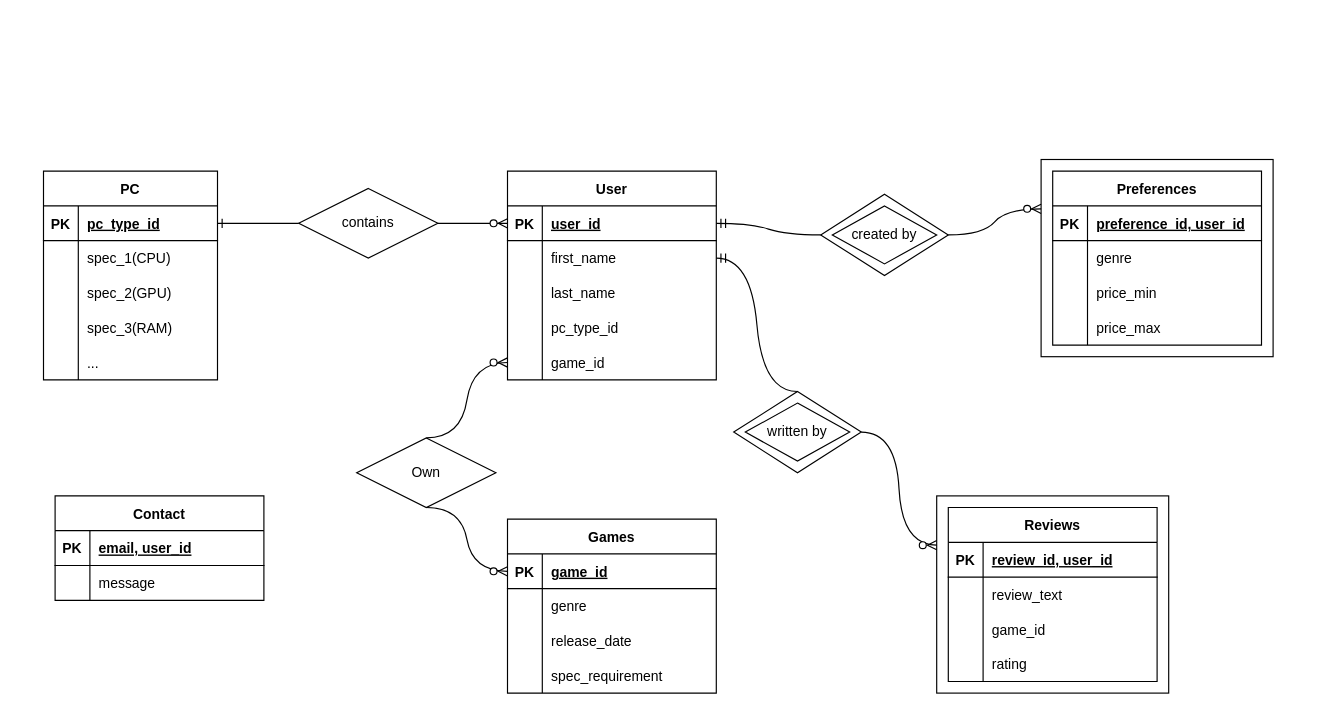
cs411-alawini/sp23-cs411-team057-NYRN keeps this draw.io diagram as stage2_ER_diagram.drawio. Above is the earlier version. Source tidied: cells renumbered, new cells numbered last; positions are measured from the earlier drawing's top-left corner, leaving out a move shared by most shapes. Both pictures are drawn from the tidied source at 116%, with x=0, y=0 at pixel (43, 159).
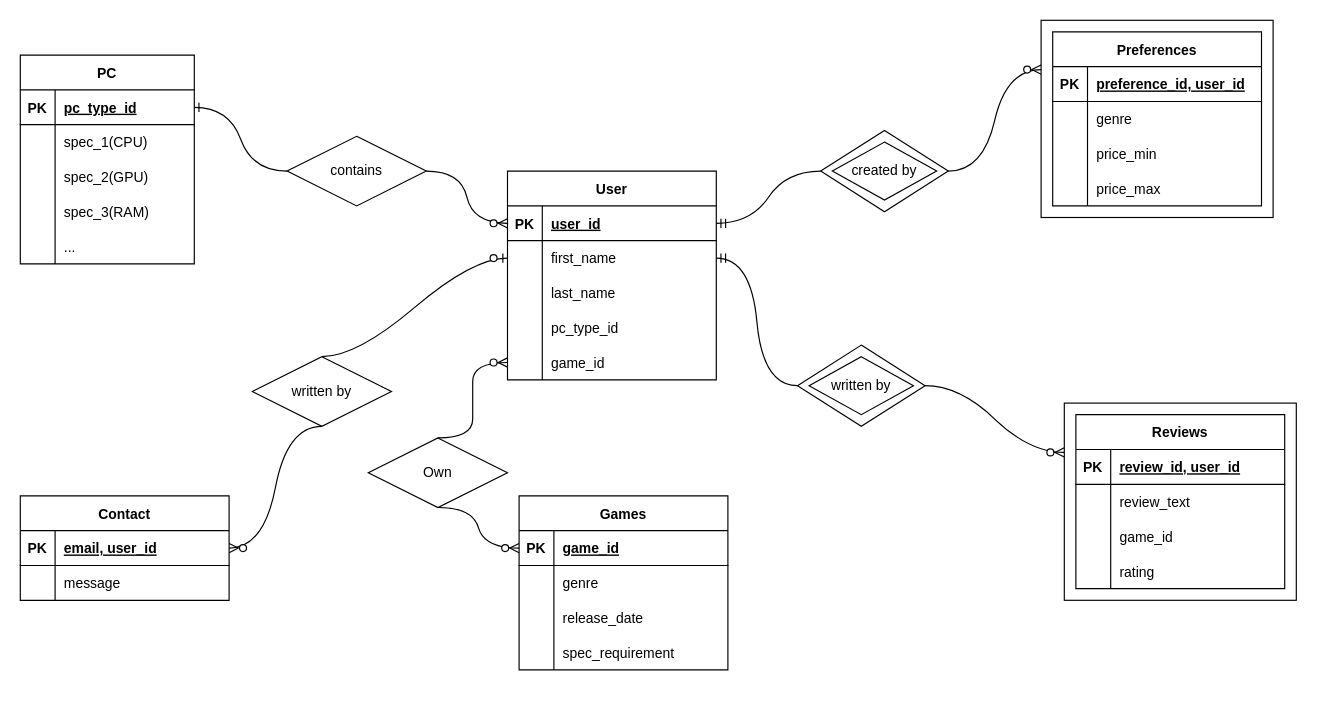
The same diagram, later.

Commit message:
draft for ER diagram v1.drawio

Unchanged cells that the change refers to:
```xml
<mxCell id="22" style="shape=tableRow;horizontal=0;startSize=0;swimlaneHead=0;swimlaneBody=0;fillColor=none;points=[[0,0.5],[1,0.5]];portConstraint=eastwest;top=0;left=0;right=0;bottom=0;" parent="18" vertex="1">
  <mxGeometry y="60" width="180" height="30" as="geometry" />
</mxCell>
<mxCell id="48" style="shape=tableRow;horizontal=0;startSize=0;swimlaneHead=0;swimlaneBody=0;fillColor=none;points=[[0,0.5],[1,0.5]];portConstraint=eastwest;top=0;left=0;right=0;bottom=1;" parent="47" vertex="1">
  <mxGeometry y="30" width="180" height="30" as="geometry" />
</mxCell>
```

The edit, as a diff of the source:
```diff
@@
     <mxCell id="2" value="PC" style="shape=table;startSize=30;childLayout=tableLayout;rowLines=0;fontStyle=1;align=center;" parent="1" vertex="1">
-      <mxGeometry y="10" width="150" height="180" as="geometry" />
+      <mxGeometry x="-20" y="-90" width="150" height="180" as="geometry" />
     </mxCell>
@@
     <mxCell id="34" value="Games" style="shape=table;startSize=30;childLayout=tableLayout;rowLines=0;fontStyle=1;align=center;" parent="1" vertex="1">
-      <mxGeometry x="400" y="310" width="180" height="150" as="geometry" />
+      <mxGeometry x="410" y="290" width="180" height="150" as="geometry" />
     </mxCell>
@@
     <mxCell id="47" value="Contact" style="shape=table;startSize=30;childLayout=tableLayout;rowLines=0;fontStyle=1;align=center;" parent="1" vertex="1">
-      <mxGeometry x="10" y="290" width="180" height="90" as="geometry" />
+      <mxGeometry x="-20" y="290" width="180" height="90" as="geometry" />
     </mxCell>
@@
     <mxCell id="54" value="Preferences" style="shape=table;startSize=30;childLayout=tableLayout;rowLines=0;fontStyle=1;align=center;" parent="1" vertex="1">
-      <mxGeometry x="870" y="10" width="180" height="150" as="geometry" />
+      <mxGeometry x="870" y="-110" width="180" height="150" as="geometry" />
     </mxCell>
@@
     <mxCell id="67" value="Reviews" style="shape=table;startSize=30;childLayout=tableLayout;rowLines=0;fontStyle=1;align=center;" parent="1" vertex="1">
-      <mxGeometry x="780" y="300" width="180" height="150" as="geometry" />
+      <mxGeometry x="890" y="220" width="180" height="150" as="geometry" />
     </mxCell>
@@
     <mxCell id="80" style="rounded=0;whiteSpace=wrap;html=1;fillColor=none;" parent="1" vertex="1">
-      <mxGeometry x="860" width="200" height="170" as="geometry" />
+      <mxGeometry x="860" y="-120" width="200" height="170" as="geometry" />
     </mxCell>
     <mxCell id="81" value="contains" style="shape=rhombus;perimeter=rhombusPerimeter;whiteSpace=wrap;html=1;align=center;fillColor=none;" parent="1" vertex="1">
-      <mxGeometry x="220" y="25" width="120" height="60" as="geometry" />
+      <mxGeometry x="210" y="-20" width="120" height="60" as="geometry" />
     </mxCell>
@@
     <mxCell id="84" value="created by" style="shape=rhombus;perimeter=rhombusPerimeter;whiteSpace=wrap;html=1;align=center;fillColor=none;" parent="1" vertex="1">
-      <mxGeometry x="680" y="40" width="90" height="50" as="geometry" />
+      <mxGeometry x="680" y="-15" width="90" height="50" as="geometry" />
     </mxCell>
     <mxCell id="85" style="rhombus;whiteSpace=wrap;html=1;fillColor=none;" parent="1" vertex="1">
-      <mxGeometry x="670" y="30" width="110" height="70" as="geometry" />
+      <mxGeometry x="670" y="-25" width="110" height="70" as="geometry" />
     </mxCell>
@@
     <mxCell id="88" style="rounded=0;whiteSpace=wrap;html=1;fillColor=none;" parent="1" vertex="1">
-      <mxGeometry x="770" y="290" width="200" height="170" as="geometry" />
+      <mxGeometry x="880" y="210" width="200" height="170" as="geometry" />
     </mxCell>
     <mxCell id="89" value="written by" style="shape=rhombus;perimeter=rhombusPerimeter;whiteSpace=wrap;html=1;align=center;fillColor=none;" parent="1" vertex="1">
-      <mxGeometry x="605" y="210" width="90" height="50" as="geometry" />
+      <mxGeometry x="660" y="170" width="90" height="50" as="geometry" />
     </mxCell>
     <mxCell id="90" style="rhombus;whiteSpace=wrap;html=1;fillColor=none;" parent="1" vertex="1">
-      <mxGeometry x="595" y="200" width="110" height="70" as="geometry" />
+      <mxGeometry x="650" y="160" width="110" height="70" as="geometry" />
     </mxCell>
@@
-    <mxCell id="92" style="edgeStyle=entityRelationEdgeStyle;fontSize=12;html=1;endArrow=ERmandOne;curved=1;entryX=1;entryY=0.5;entryDx=0;entryDy=0;exitX=0.5;exitY=0;exitDx=0;exitDy=0;" parent="1" edge="1" source="90" target="22">
+    <mxCell id="92" style="edgeStyle=entityRelationEdgeStyle;fontSize=12;html=1;endArrow=ERmandOne;curved=1;entryX=1;entryY=0.5;entryDx=0;entryDy=0;" parent="1" edge="1" source="90" target="22">
       <mxGeometry relative="1" as="geometry" />
     </mxCell>
     <mxCell id="93" value="Own" style="shape=rhombus;perimeter=rhombusPerimeter;whiteSpace=wrap;html=1;align=center;fillColor=none;" parent="1" vertex="1">
-      <mxGeometry x="270" y="240" width="120" height="60" as="geometry" />
+      <mxGeometry x="280" y="240" width="120" height="60" as="geometry" />
     </mxCell>
@@
+    <mxCell id="96" value="written by" style="shape=rhombus;perimeter=rhombusPerimeter;whiteSpace=wrap;html=1;align=center;fillColor=none;" parent="1" vertex="1">
+      <mxGeometry x="180" y="170" width="120" height="60" as="geometry" />
+    </mxCell>
+    <mxCell id="97" style="edgeStyle=entityRelationEdgeStyle;fontSize=12;html=1;endArrow=ERzeroToOne;endFill=1;curved=1;entryX=0;entryY=0.5;entryDx=0;entryDy=0;exitX=0.5;exitY=0;exitDx=0;exitDy=0;" parent="1" edge="1" source="96" target="22">
+      <mxGeometry relative="1" as="geometry" />
+    </mxCell>
+    <mxCell id="98" style="edgeStyle=entityRelationEdgeStyle;fontSize=12;html=1;endArrow=ERzeroToMany;endFill=1;curved=1;exitX=0.5;exitY=1;exitDx=0;exitDy=0;" parent="1" edge="1" source="96" target="48">
+      <mxGeometry relative="1" as="geometry" />
+    </mxCell>
```
